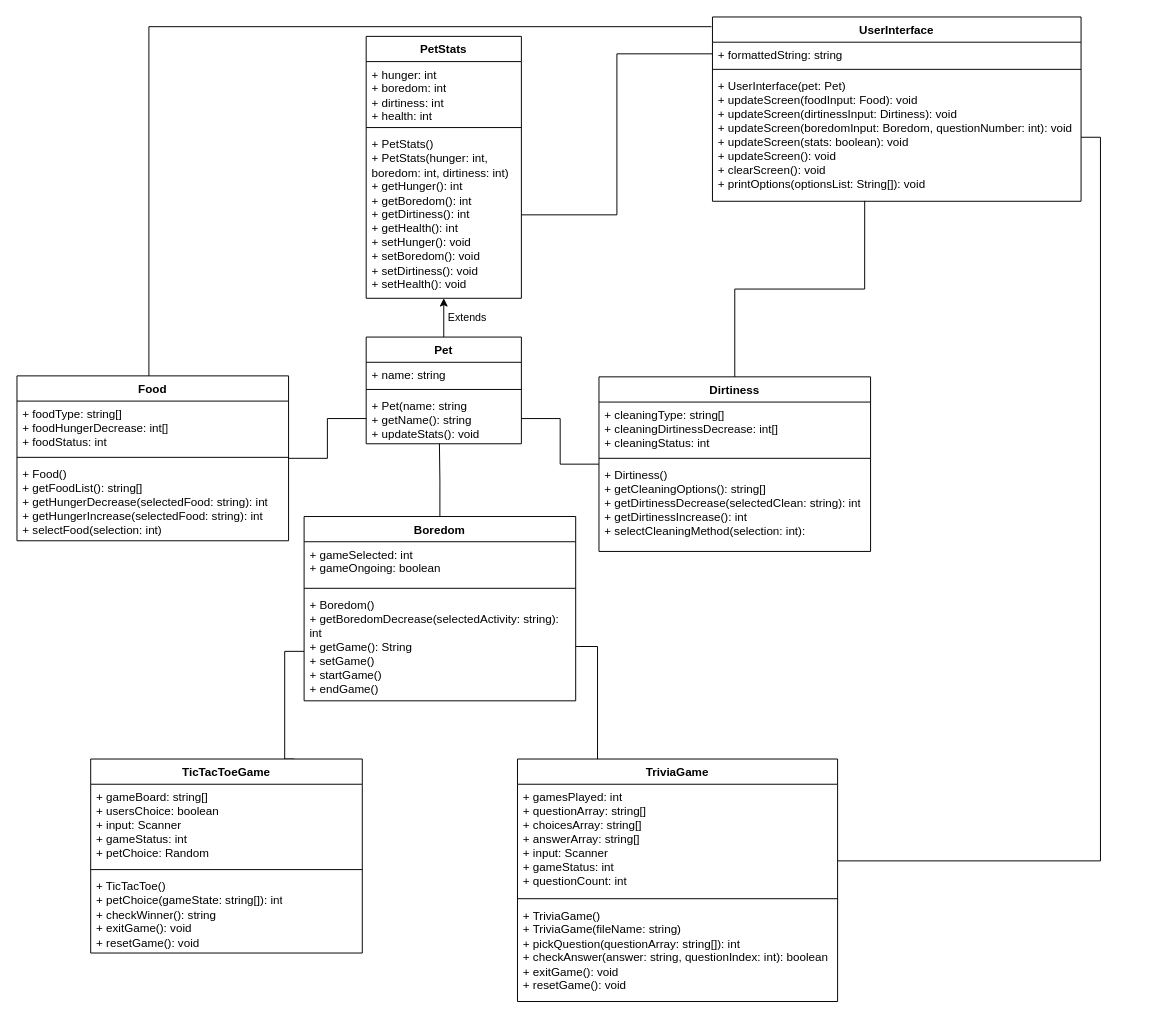
Above: Tamagotchi UML Diagram.drawio in purkeyratwit/COMP-1050-Project (draw.io), before the change. Source tidied: cells renumbered, new cells numbered last; positions are measured from the earlier drawing's top-left corner, leaving out a move shared by most shapes. Both pictures are drawn from the tidied source at 97%, with x=0, y=0 at pixel (16, 16).
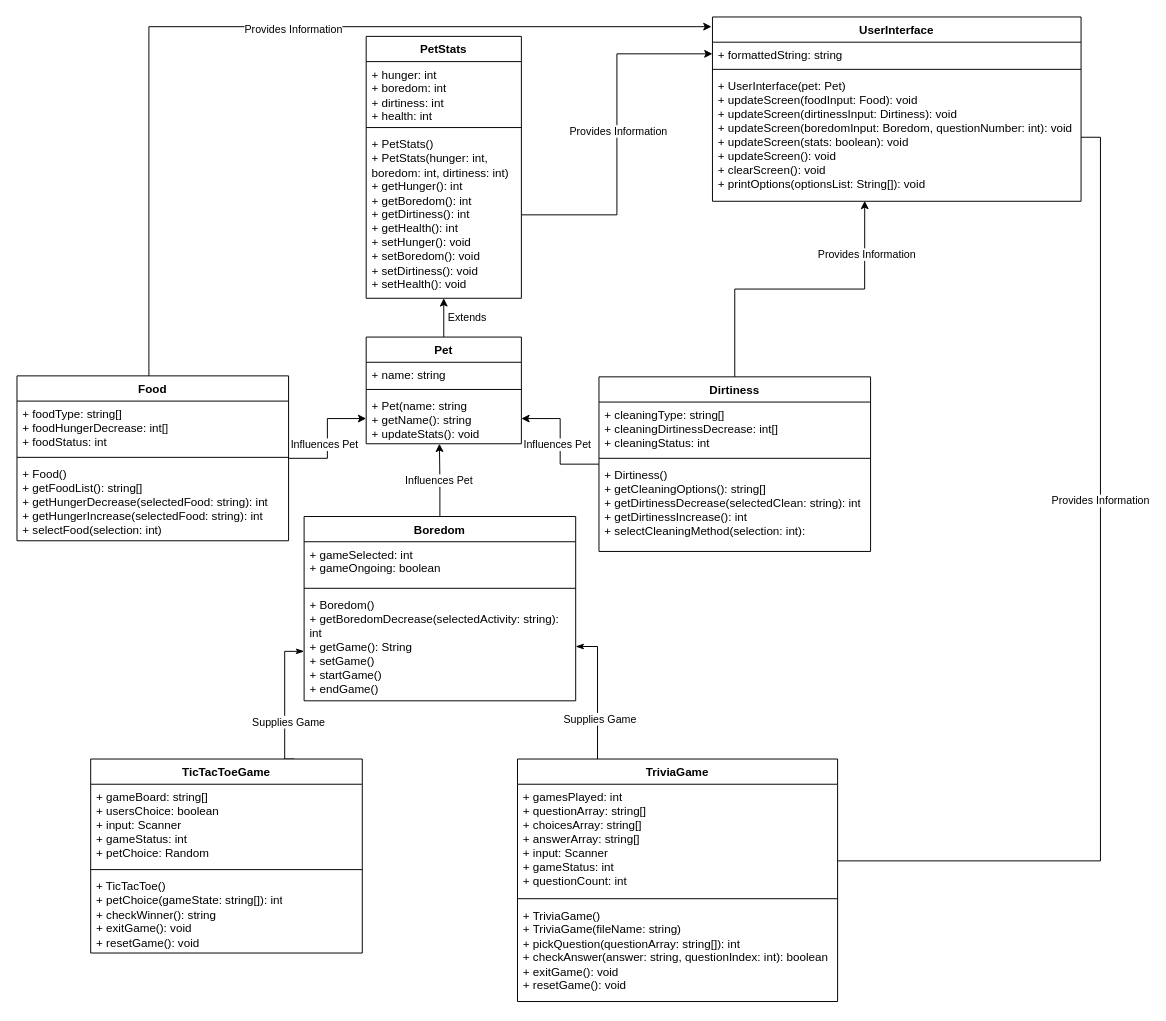
The same page after the edit.

Commit message:
Added class associations

Unchanged cells that the change refers to:
```xml
<mxCell id="5" value="&lt;div&gt;+ Pet(name: string&lt;/div&gt;+ getName(): string&lt;div&gt;&lt;span style=&quot;background-color: transparent; color: light-dark(rgb(0, 0, 0), rgb(255, 255, 255));&quot;&gt;+ updateStats(): void&lt;/span&gt;&lt;span style=&quot;background-color: transparent; color: light-dark(rgb(0, 0, 0), rgb(255, 255, 255));&quot;&gt;&amp;nbsp;&lt;/span&gt;&lt;br&gt;&lt;/div&gt;" style="text;strokeColor=none;fillColor=none;align=left;verticalAlign=top;spacingLeft=4;spacingRight=4;overflow=hidden;points=[[0,0.5],[1,0.5]];portConstraint=eastwest;whiteSpace=wrap;html=1;" parent="2" vertex="1">
  <mxGeometry y="58" width="160" height="52" as="geometry" />
</mxCell>
<mxCell id="7" value="Food" style="swimlane;fontStyle=1;align=center;verticalAlign=top;horizontal=1;startSize=26;whiteSpace=wrap;html=1;" parent="1" vertex="1">
  <mxGeometry y="370" width="280" height="170" as="geometry" />
</mxCell>
<mxCell id="14" value="&lt;div&gt;+ PetStats()&lt;/div&gt;&lt;div&gt;+ PetStats(hunger: int, boredom: int, dirtiness: int)&lt;br&gt;&lt;/div&gt;&lt;div&gt;+ getHunger(): int&lt;/div&gt;&lt;div&gt;+ getBoredom(): int&lt;/div&gt;&lt;div&gt;+ getDirtiness(): int&lt;/div&gt;&lt;div&gt;+ getHealth(): int&lt;/div&gt;&lt;div&gt;+ setHunger(): void&lt;/div&gt;&lt;div&gt;+ setBoredom(): void&lt;/div&gt;&lt;div&gt;+ setDirtiness(): void&lt;/div&gt;&lt;div&gt;+ setHealth(): void&lt;/div&gt;" style="text;strokeColor=none;fillColor=none;align=left;verticalAlign=top;spacingLeft=4;spacingRight=4;overflow=hidden;points=[[0,0.5],[1,0.5]];portConstraint=eastwest;whiteSpace=wrap;html=1;" parent="11" vertex="1">
  <mxGeometry y="98" width="160" height="172" as="geometry" />
</mxCell>
<mxCell id="17" value="+ formattedString: string" style="text;strokeColor=none;fillColor=none;align=left;verticalAlign=top;spacingLeft=4;spacingRight=4;overflow=hidden;points=[[0,0.5],[1,0.5]];portConstraint=eastwest;whiteSpace=wrap;html=1;" parent="16" vertex="1">
  <mxGeometry y="26" width="380" height="24" as="geometry" />
</mxCell>
<mxCell id="19" value="&lt;div&gt;+ UserInterface(pet: Pet)&lt;/div&gt;+ updateScreen(foodInput: Food): void&lt;div&gt;+ updateScreen(dirtinessInput: Dirtiness): void&lt;/div&gt;&lt;div&gt;+ updateScreen(boredomInput: Boredom, questionNumber: int): void&lt;span style=&quot;background-color: transparent; color: light-dark(rgb(0, 0, 0), rgb(255, 255, 255));&quot;&gt;&amp;nbsp;&lt;/span&gt;&lt;/div&gt;&lt;div&gt;&lt;span style=&quot;background-color: transparent; color: light-dark(rgb(0, 0, 0), rgb(255, 255, 255));&quot;&gt;+ updateScreen(stats: boolean): void&amp;nbsp;&lt;/span&gt;&lt;/div&gt;&lt;div&gt;&lt;span style=&quot;background-color: transparent; color: light-dark(rgb(0, 0, 0), rgb(255, 255, 255));&quot;&gt;+ updateScreen(): void&lt;/span&gt;&lt;/div&gt;&lt;div&gt;+ clearScreen(): void&lt;/div&gt;&lt;div&gt;+ printOptions(optionsList: String[]): void&lt;/div&gt;" style="text;strokeColor=none;fillColor=none;align=left;verticalAlign=top;spacingLeft=4;spacingRight=4;overflow=hidden;points=[[0,0.5],[1,0.5]];portConstraint=eastwest;whiteSpace=wrap;html=1;" parent="16" vertex="1">
  <mxGeometry y="58" width="380" height="132" as="geometry" />
</mxCell>
<mxCell id="21" value="Dirtiness" style="swimlane;fontStyle=1;align=center;verticalAlign=top;horizontal=1;startSize=26;whiteSpace=wrap;html=1;" parent="1" vertex="1">
  <mxGeometry x="600" y="371" width="280" height="180" as="geometry" />
</mxCell>
<mxCell id="25" value="Boredom" style="swimlane;fontStyle=1;align=center;verticalAlign=top;horizontal=1;startSize=26;whiteSpace=wrap;html=1;" parent="1" vertex="1">
  <mxGeometry x="296" y="515" width="280" height="190" as="geometry" />
</mxCell>
<mxCell id="28" value="+ Boredom()&lt;div&gt;+ getBoredomDecrease(selectedActivity: string): int&lt;/div&gt;&lt;div&gt;&lt;div&gt;+ getGame(): String&lt;/div&gt;&lt;div&gt;+ setGame()&lt;/div&gt;&lt;div&gt;+ startGame()&lt;/div&gt;&lt;div&gt;+ endGame()&lt;/div&gt;&lt;/div&gt;" style="text;strokeColor=none;fillColor=none;align=left;verticalAlign=top;spacingLeft=4;spacingRight=4;overflow=hidden;points=[[0,0.5],[1,0.5]];portConstraint=eastwest;whiteSpace=wrap;html=1;" parent="25" vertex="1">
  <mxGeometry y="78" width="280" height="112" as="geometry" />
</mxCell>
<mxCell id="30" value="TicTacToeGame" style="swimlane;fontStyle=1;align=center;verticalAlign=top;horizontal=1;startSize=26;whiteSpace=wrap;html=1;" parent="1" vertex="1">
  <mxGeometry x="76" y="765" width="280" height="200" as="geometry" />
</mxCell>
<mxCell id="34" value="TriviaGame" style="swimlane;fontStyle=1;align=center;verticalAlign=top;horizontal=1;startSize=26;whiteSpace=wrap;html=1;" parent="1" vertex="1">
  <mxGeometry x="516" y="765" width="330" height="250" as="geometry" />
</mxCell>
<mxCell id="42" style="edgeStyle=orthogonalEdgeStyle;rounded=0;jettySize=auto;html=1;entryX=1;entryY=0.5;entryDx=0;entryDy=0;endArrow=none;startFill=0;" parent="1" edge="1" target="19">
  <mxGeometry relative="1" as="geometry">
    <mxPoint x="846" y="870" as="sourcePoint" />
    <Array as="points">
      <mxPoint x="1117" y="870" />
      <mxPoint x="1117" y="124" />
    </Array>
  </mxGeometry>
</mxCell>
```

What changed in the source:
```diff
@@
-    <mxCell id="6" style="edgeStyle=orthogonalEdgeStyle;rounded=0;jettySize=auto;html=1;entryX=0;entryY=0.5;entryDx=0;entryDy=0;endArrow=none;startFill=0;" parent="1" edge="1" source="7" target="5">
+    <mxCell id="6" style="edgeStyle=orthogonalEdgeStyle;rounded=0;jettySize=auto;html=1;entryX=0;entryY=0.5;entryDx=0;entryDy=0;endArrow=classic;startFill=0;endFill=1;" parent="1" edge="1" source="7" target="5">
       <mxGeometry relative="1" as="geometry" />
     </mxCell>
+    <mxCell id="44" value="Influences Pet" style="edgeLabel;html=1;align=center;verticalAlign=middle;" parent="6" vertex="1">
+      <mxGeometry x="-0.6" y="-1" relative="1" as="geometry">
+        <mxPoint x="12" y="-16" as="offset" />
+      </mxGeometry>
+    </mxCell>
@@
-    <mxCell id="20" style="edgeStyle=orthogonalEdgeStyle;rounded=0;jettySize=auto;html=1;entryX=1;entryY=0.5;entryDx=0;entryDy=0;endArrow=none;startFill=0;" parent="1" edge="1" source="21" target="5">
+    <mxCell id="20" style="edgeStyle=orthogonalEdgeStyle;rounded=0;jettySize=auto;html=1;entryX=1;entryY=0.5;entryDx=0;entryDy=0;endArrow=classic;startFill=0;endFill=1;" parent="1" edge="1" source="21" target="5">
       <mxGeometry relative="1" as="geometry" />
     </mxCell>
+    <mxCell id="45" value="Influences Pet" style="edgeLabel;html=1;align=center;verticalAlign=middle;" parent="20" vertex="1">
+      <mxGeometry x="-0.45" y="2" relative="1" as="geometry">
+        <mxPoint x="-9" y="-23" as="offset" />
+      </mxGeometry>
+    </mxCell>
@@
-    <mxCell id="29" style="edgeStyle=orthogonalEdgeStyle;rounded=0;jettySize=auto;html=1;exitX=0.75;exitY=0;exitDx=0;exitDy=0;strokeColor=default;strokeWidth=1;endArrow=none;startFill=0;" parent="1" edge="1" source="30" target="28">
+    <mxCell id="29" style="edgeStyle=orthogonalEdgeStyle;rounded=0;jettySize=auto;html=1;exitX=0.75;exitY=0;exitDx=0;exitDy=0;strokeColor=default;strokeWidth=1;endArrow=classicThin;startFill=0;endFill=1;" parent="1" edge="1" source="30" target="28">
       <mxGeometry relative="1" as="geometry">
         <Array as="points">
           <mxPoint x="276" y="765" />
           <mxPoint x="276" y="654" />
         </Array>
       </mxGeometry>
     </mxCell>
+    <mxCell id="46" value="Supplies Game" style="edgeLabel;html=1;align=center;verticalAlign=middle;" parent="29" vertex="1">
+      <mxGeometry x="-0.3" y="-3" relative="1" as="geometry" />
+    </mxCell>
@@
-    <mxCell id="38" style="edgeStyle=orthogonalEdgeStyle;rounded=0;jettySize=auto;html=1;exitX=0.25;exitY=0;exitDx=0;exitDy=0;entryX=1;entryY=0.5;entryDx=0;entryDy=0;endArrow=none;startFill=0;" parent="1" edge="1" source="34" target="28">
+    <mxCell id="38" style="edgeStyle=orthogonalEdgeStyle;rounded=0;jettySize=auto;html=1;exitX=0.25;exitY=0;exitDx=0;exitDy=0;entryX=1;entryY=0.5;entryDx=0;entryDy=0;endArrow=classicThin;startFill=0;endFill=1;" parent="1" edge="1" source="34" target="28">
       <mxGeometry relative="1" as="geometry" />
     </mxCell>
+    <mxCell id="47" value="Supplies Game" style="edgeLabel;html=1;align=center;verticalAlign=middle;" parent="38" vertex="1">
+      <mxGeometry x="-0.4" y="-2" relative="1" as="geometry" />
+    </mxCell>
-    <mxCell id="39" style="edgeStyle=orthogonalEdgeStyle;rounded=0;jettySize=auto;html=1;exitX=0.5;exitY=0;exitDx=0;exitDy=0;entryX=0.472;entryY=0.999;entryDx=0;entryDy=0;entryPerimeter=0;endArrow=none;startFill=0;" parent="1" edge="1" source="25" target="5">
-      <mxGeometry relative="1" as="geometry" />
+    <mxCell id="39" style="edgeStyle=orthogonalEdgeStyle;rounded=0;jettySize=auto;html=1;exitX=0.5;exitY=0;exitDx=0;exitDy=0;entryX=0.472;entryY=0.999;entryDx=0;entryDy=0;entryPerimeter=0;endArrow=classic;startFill=0;endFill=1;" parent="1" edge="1" source="25" target="5">
+      <mxGeometry relative="1" as="geometry">
+        <Array as="points">
+          <mxPoint x="436" y="478" />
+        </Array>
+      </mxGeometry>
     </mxCell>
+    <mxCell id="48" value="Influences Pet" style="edgeLabel;html=1;align=center;verticalAlign=middle;" parent="39" vertex="1">
+      <mxGeometry x="0.01" y="1" relative="1" as="geometry" />
+    </mxCell>
-    <mxCell id="40" style="edgeStyle=orthogonalEdgeStyle;rounded=0;jettySize=auto;html=1;entryX=0;entryY=0.5;entryDx=0;entryDy=0;endArrow=none;startFill=0;" parent="1" edge="1" source="14" target="17">
+    <mxCell id="40" style="edgeStyle=orthogonalEdgeStyle;rounded=0;jettySize=auto;html=1;entryX=0;entryY=0.5;entryDx=0;entryDy=0;endArrow=classic;startFill=0;endFill=1;" parent="1" edge="1" source="14" target="17">
       <mxGeometry relative="1" as="geometry" />
     </mxCell>
+    <mxCell id="49" value="Provides Information" style="edgeLabel;html=1;align=center;verticalAlign=middle;" parent="40" vertex="1">
+      <mxGeometry x="0.02" y="-1" relative="1" as="geometry" />
+    </mxCell>
-    <mxCell id="41" style="edgeStyle=orthogonalEdgeStyle;rounded=0;jettySize=auto;html=1;entryX=0.413;entryY=0.997;entryDx=0;entryDy=0;entryPerimeter=0;endArrow=none;startFill=0;" parent="1" edge="1" source="21" target="19">
+    <mxCell id="41" style="edgeStyle=orthogonalEdgeStyle;rounded=0;jettySize=auto;html=1;entryX=0.413;entryY=0.997;entryDx=0;entryDy=0;entryPerimeter=0;endArrow=classic;startFill=0;endFill=1;" parent="1" edge="1" source="21" target="19">
       <mxGeometry relative="1" as="geometry" />
     </mxCell>
+    <mxCell id="50" value="Provides Information" style="edgeLabel;html=1;align=center;verticalAlign=middle;" parent="41" vertex="1">
+      <mxGeometry x="0.65" y="-2" relative="1" as="geometry" />
+    </mxCell>
@@
+    <mxCell id="51" value="Provides Information" style="edgeLabel;html=1;align=center;verticalAlign=middle;" parent="42" vertex="1">
+      <mxGeometry x="0.24" y="1" relative="1" as="geometry" />
+    </mxCell>
-    <mxCell id="43" style="edgeStyle=orthogonalEdgeStyle;rounded=0;jettySize=auto;html=1;endArrow=none;startFill=0;" parent="1" edge="1" source="7">
+    <mxCell id="43" style="edgeStyle=orthogonalEdgeStyle;rounded=0;jettySize=auto;html=1;endArrow=classic;startFill=0;endFill=1;" parent="1" edge="1" source="7">
       <mxGeometry relative="1" as="geometry">
         <mxPoint x="716" y="10" as="targetPoint" />
         <Array as="points">
           <mxPoint x="136" y="10" />
         </Array>
       </mxGeometry>
     </mxCell>
+    <mxCell id="52" value="Provides Information" style="edgeLabel;html=1;align=center;verticalAlign=middle;" parent="43" vertex="1">
+      <mxGeometry x="0.08" y="-2" relative="1" as="geometry" />
+    </mxCell>
```
